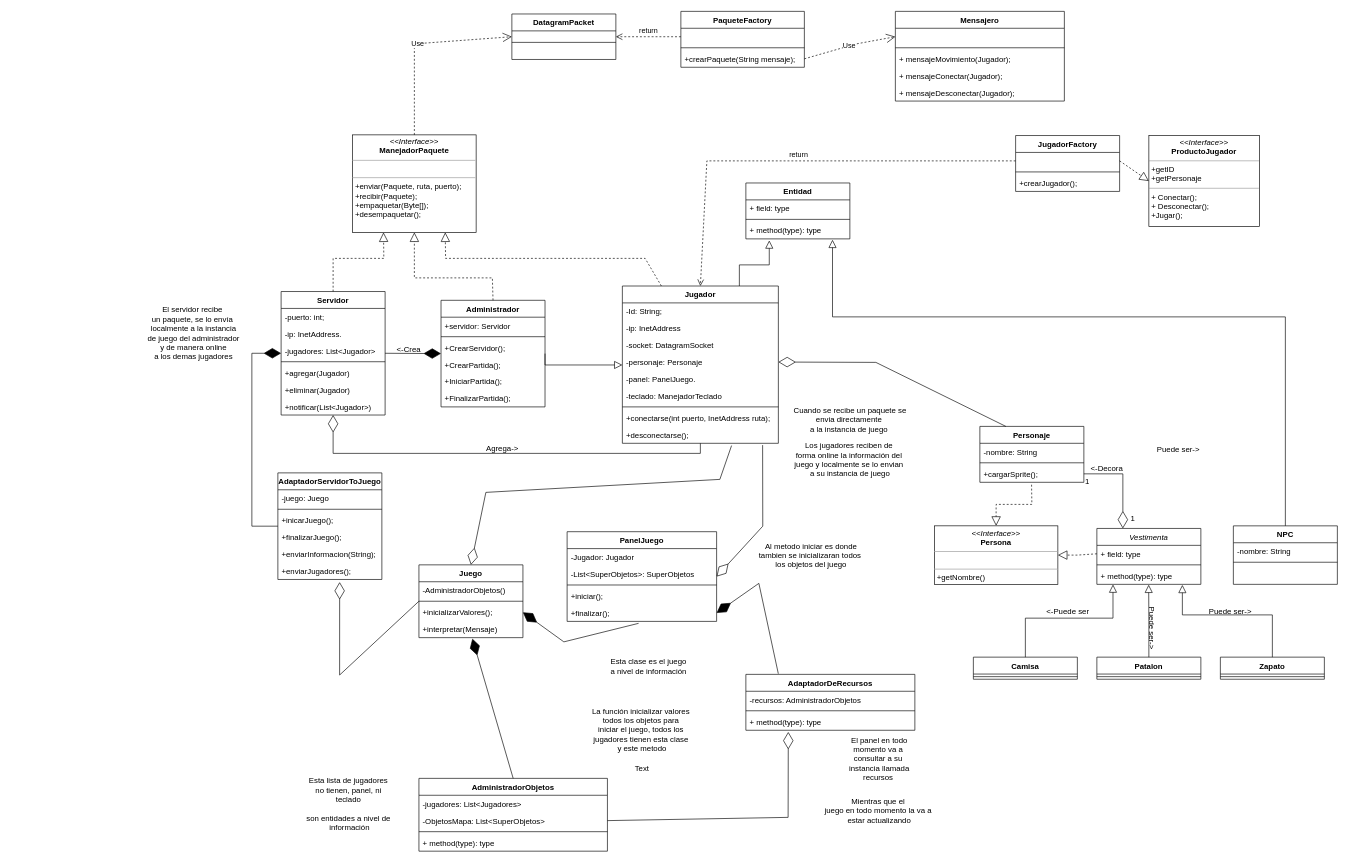
Carlos19men/EcoCrossing keeps this draw.io diagram as page "Page-1" (1 of 2) of UML/Diagrama de clases/Diagrama de clases.drawio. Above is the earlier version. Source tidied: cells renumbered, new cells numbered last; positions are measured from the earlier drawing's top-left corner, leaving out a move shared by most shapes. Both pictures are drawn from the tidied source at 65%, with x=0, y=0 at pixel (141, 11).
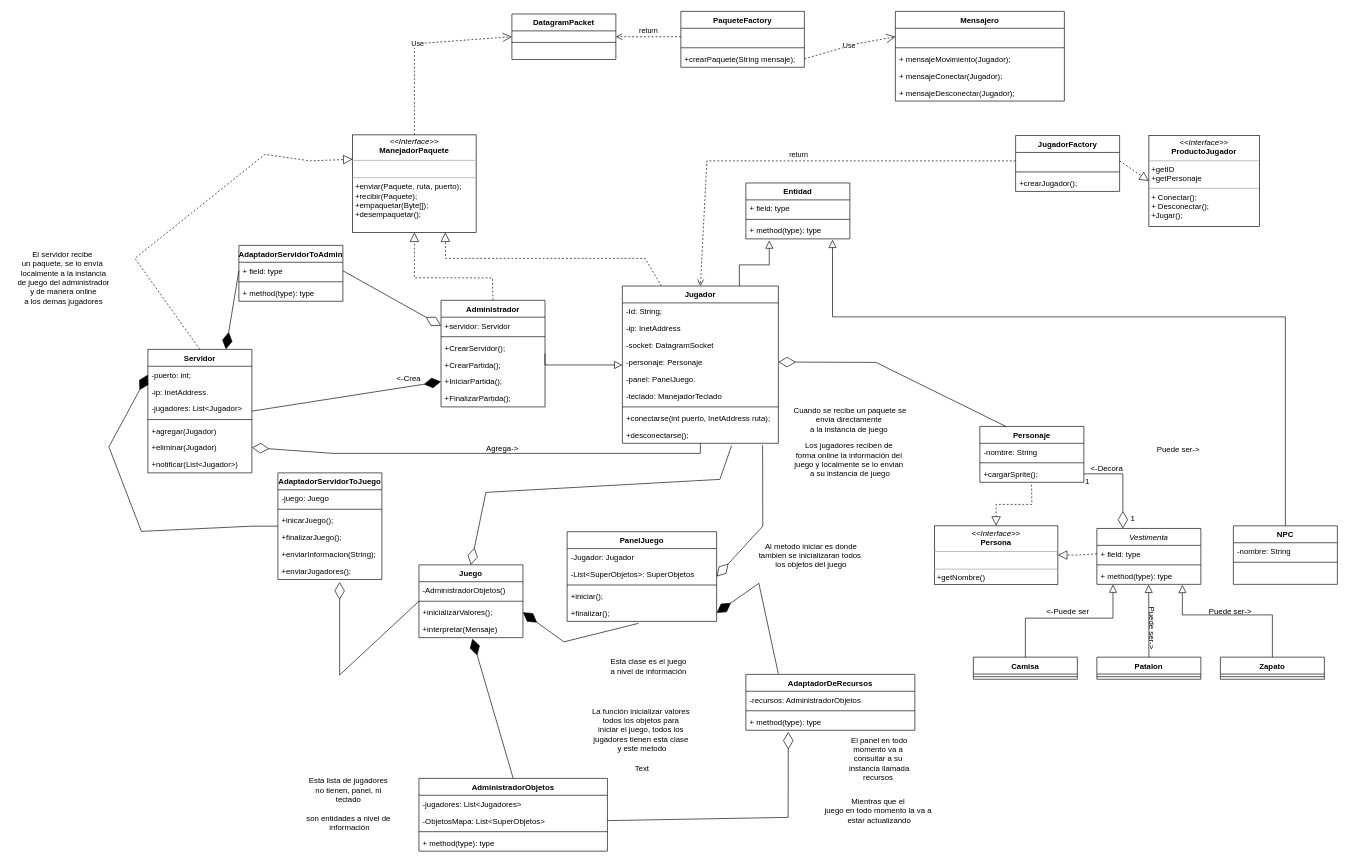
The same page after the edit.

The change refers to these unchanged cells:
```xml
<mxCell id="3" value="-puerto: int; " style="text;align=left;verticalAlign=top;spacingLeft=4;spacingRight=4;overflow=hidden;points=[[0,0.5],[1,0.5]];portConstraint=eastwest;" parent="2" vertex="1">
  <mxGeometry y="26" width="160" height="26" as="geometry" />
</mxCell>
<mxCell id="8" value="+eliminar(Jugador)" style="text;align=left;verticalAlign=top;spacingLeft=4;spacingRight=4;overflow=hidden;points=[[0,0.5],[1,0.5]];portConstraint=eastwest;rounded=0;shadow=0;html=0;" parent="2" vertex="1">
  <mxGeometry y="138" width="160" height="26" as="geometry" />
</mxCell>
<mxCell id="10" value="Jugador" style="swimlane;fontStyle=1;align=center;verticalAlign=top;horizontal=1;startSize=26;rounded=0;shadow=0;strokeWidth=1;" parent="1" vertex="1">
  <mxGeometry x="740" y="422.5" width="240" height="242" as="geometry" />
</mxCell>
<mxCell id="27" value="Administrador" style="swimlane;fontStyle=1;align=center;verticalAlign=top;horizontal=1;startSize=26;" parent="1" vertex="1">
  <mxGeometry x="461" y="444.5" width="160" height="164" as="geometry" />
</mxCell>
<mxCell id="28" value="+servidor: Servidor" style="text;strokeColor=none;fillColor=none;align=left;verticalAlign=top;spacingLeft=4;spacingRight=4;overflow=hidden;points=[[0,0.5],[1,0.5]];portConstraint=eastwest;" parent="27" vertex="1">
  <mxGeometry y="26" width="160" height="26" as="geometry" />
</mxCell>
<mxCell id="32" value="+IniciarPartida(); " style="text;align=left;verticalAlign=top;spacingLeft=4;spacingRight=4;overflow=hidden;points=[[0,0.5],[1,0.5]];portConstraint=eastwest;" parent="27" vertex="1">
  <mxGeometry y="112" width="160" height="26" as="geometry" />
</mxCell>
<mxCell id="64" value="&lt;p style=&quot;margin:0px;margin-top:4px;text-align:center;&quot;&gt;&lt;i&gt;&amp;lt;&amp;lt;Interface&amp;gt;&amp;gt;&lt;/i&gt;&lt;br&gt;&lt;b&gt;ManejadorPaquete&lt;/b&gt;&lt;/p&gt;&lt;hr size=&quot;1&quot;&gt;&lt;p style=&quot;margin:0px;margin-left:4px;&quot;&gt;&lt;br&gt;&lt;/p&gt;&lt;hr size=&quot;1&quot;&gt;&lt;p style=&quot;margin:0px;margin-left:4px;&quot;&gt;+enviar(Paquete, ruta, puerto);&amp;nbsp;&lt;/p&gt;&lt;p style=&quot;margin:0px;margin-left:4px;&quot;&gt;+recibir(Paquete);&amp;nbsp;&lt;br&gt;&lt;/p&gt;&lt;p style=&quot;margin:0px;margin-left:4px;&quot;&gt;+empaquetar(Byte[]);&amp;nbsp;&lt;/p&gt;&lt;p style=&quot;margin:0px;margin-left:4px;&quot;&gt;+desempaquetar();&lt;/p&gt;" style="verticalAlign=top;align=left;overflow=fill;fontSize=12;fontFamily=Helvetica;html=1;" parent="1" vertex="1">
  <mxGeometry x="325" y="190" width="190" height="150" as="geometry" />
</mxCell>
```

Change to the diagram source:
```diff
@@
     <mxCell id="2" value="Servidor" style="swimlane;fontStyle=1;align=center;verticalAlign=top;horizontal=1;startSize=26;rounded=0;shadow=0;strokeWidth=1;" parent="1" vertex="1">
-      <mxGeometry x="215" y="431" width="160" height="190" as="geometry" />
+      <mxGeometry x="10" y="520" width="160" height="190" as="geometry" />
     </mxCell>
@@
     <mxCell id="75" value="&amp;lt;-Crea" style="text;html=1;align=center;verticalAlign=middle;strokeColor=none;fillColor=none;" parent="1" vertex="1">
-      <mxGeometry x="381" y="504.5" width="60" height="30" as="geometry" />
+      <mxGeometry x="381" y="550" width="60" height="30" as="geometry" />
     </mxCell>
@@
-    <mxCell id="83" style="endArrow=diamondThin;endFill=0;endSize=24;html=1;rounded=0;fontSize=11;entryX=0.5;entryY=1;entryDx=0;entryDy=0;exitX=0.5;exitY=1;exitDx=0;exitDy=0;" parent="1" edge="1" source="10" target="2">
+    <mxCell id="83" style="endArrow=diamondThin;endFill=0;endSize=24;html=1;rounded=0;fontSize=11;entryX=1;entryY=0.5;entryDx=0;entryDy=0;exitX=0.5;exitY=1;exitDx=0;exitDy=0;" parent="1" edge="1" source="10" target="8">
       <mxGeometry relative="1" as="geometry">
         <Array as="points">
           <mxPoint x="860" y="680" />
           <mxPoint x="295" y="680" />
         </Array>
       </mxGeometry>
     </mxCell>
@@
-    <mxCell id="86" style="endArrow=block;dashed=1;endFill=0;endSize=12;html=1;rounded=0;entryX=0.25;entryY=1;entryDx=0;entryDy=0;exitX=0.5;exitY=0;exitDx=0;exitDy=0;" parent="1" edge="1" source="2" target="64">
+    <mxCell id="86" style="endArrow=block;dashed=1;endFill=0;endSize=12;html=1;rounded=0;entryX=0;entryY=0.25;entryDx=0;entryDy=0;exitX=0.5;exitY=0;exitDx=0;exitDy=0;" parent="1" edge="1" source="2" target="64">
       <mxGeometry relative="1" as="geometry">
         <Array as="points">
-          <mxPoint x="295" y="380" />
-          <mxPoint x="373" y="380" />
+          <mxPoint x="-10" y="380" />
+          <mxPoint x="190" y="220" />
+          <mxPoint x="260" y="230" />
         </Array>
       </mxGeometry>
     </mxCell>
@@
-    <mxCell id="95" style="endArrow=diamondThin;endFill=1;endSize=24;html=1;rounded=0;exitX=1;exitY=0.5;exitDx=0;exitDy=0;entryX=0;entryY=0.5;entryDx=0;entryDy=0;" parent="1" edge="1" source="2" target="27">
+    <mxCell id="95" style="endArrow=diamondThin;endFill=1;endSize=24;html=1;rounded=0;exitX=1;exitY=0.5;exitDx=0;exitDy=0;entryX=0;entryY=0.5;entryDx=0;entryDy=0;" parent="1" edge="1" source="2" target="32">
       <mxGeometry relative="1" as="geometry" />
     </mxCell>
@@
-    <mxCell id="103" style="endArrow=diamondThin;endFill=1;endSize=24;html=1;rounded=0;entryX=0;entryY=0.5;entryDx=0;entryDy=0;exitX=0;exitY=0.5;exitDx=0;exitDy=0;" parent="1" edge="1">
+    <mxCell id="103" style="endArrow=diamondThin;endFill=1;endSize=24;html=1;rounded=0;entryX=0;entryY=0.5;entryDx=0;entryDy=0;exitX=0;exitY=0.5;exitDx=0;exitDy=0;" parent="1" edge="1" target="3">
       <mxGeometry relative="1" as="geometry">
         <mxPoint x="210" y="792" as="sourcePoint" />
-        <mxPoint x="215" y="526" as="targetPoint" />
         <Array as="points">
           <mxPoint x="170" y="792" />
-          <mxPoint x="170" y="526" />
+          <mxPoint y="800" />
+          <mxPoint x="-50" y="670" />
         </Array>
       </mxGeometry>
     </mxCell>
@@
     <mxCell id="129" value="El servidor recibe&amp;nbsp;&lt;br&gt;un paquete, se lo envía&amp;nbsp;&lt;br&gt;localmente a la instancia&lt;br&gt;de juego del administrador&lt;br&gt;y de manera online&lt;br&gt;a los demas jugadores" style="text;html=1;align=center;verticalAlign=middle;strokeColor=none;fillColor=none;" parent="1" vertex="1">
-      <mxGeometry y="444.5" width="160" height="100" as="geometry" />
+      <mxGeometry x="-200" y="360" width="160" height="100" as="geometry" />
     </mxCell>
@@
+    <mxCell id="142" value="AdaptadorServidorToAdmin" style="swimlane;fontStyle=1;align=center;verticalAlign=top;horizontal=1;startSize=26;" parent="1" vertex="1">
+      <mxGeometry x="150" y="360" width="160" height="86" as="geometry" />
+    </mxCell>
+    <mxCell id="143" value="+ field: type" style="text;strokeColor=none;fillColor=none;align=left;verticalAlign=top;spacingLeft=4;spacingRight=4;overflow=hidden;points=[[0,0.5],[1,0.5]];portConstraint=eastwest;" parent="142" vertex="1">
+      <mxGeometry y="26" width="160" height="26" as="geometry" />
+    </mxCell>
+    <mxCell id="144" style="line;strokeWidth=1;fillColor=none;align=left;verticalAlign=middle;spacingTop=-1;spacingLeft=3;spacingRight=3;labelPosition=right;strokeColor=inherit;" parent="142" vertex="1">
+      <mxGeometry y="52" width="160" height="8" as="geometry" />
+    </mxCell>
+    <mxCell id="145" value="+ method(type): type" style="text;strokeColor=none;fillColor=none;align=left;verticalAlign=top;spacingLeft=4;spacingRight=4;overflow=hidden;" parent="142" vertex="1">
+      <mxGeometry y="60" width="160" height="26" as="geometry" />
+    </mxCell>
+    <mxCell id="146" style="endArrow=diamondThin;endFill=1;endSize=24;html=1;rounded=0;exitX=0;exitY=0.5;exitDx=0;exitDy=0;entryX=0.75;entryY=0;entryDx=0;entryDy=0;" parent="1" edge="1" source="143" target="2">
+      <mxGeometry relative="1" as="geometry" />
+    </mxCell>
+    <mxCell id="147" style="endArrow=diamondThin;endFill=0;endSize=24;html=1;rounded=0;exitX=1;exitY=0.5;exitDx=0;exitDy=0;entryX=0;entryY=0.5;entryDx=0;entryDy=0;" parent="1" edge="1" source="143" target="28">
+      <mxGeometry relative="1" as="geometry" />
+    </mxCell>
```
